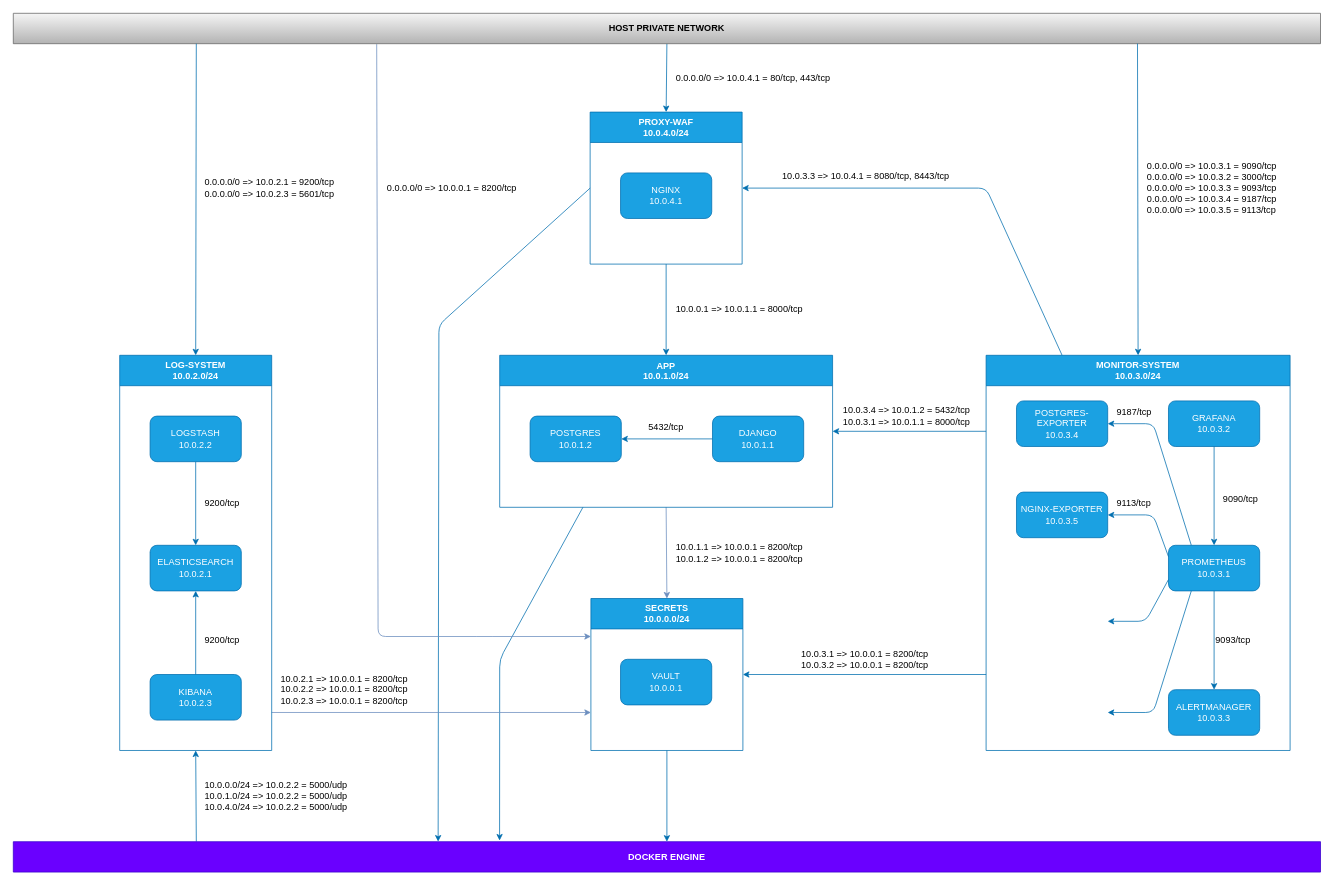
Before: _notebook/topology.drawio in GiovanniAfro/ft_Transcendence, a draw.io diagram. Source tidied: cells renumbered, new cells numbered last; positions are measured from the earlier drawing's top-left corner, leaving out a move shared by most shapes. Both pictures are drawn from the tidied source at 76%, with x=0, y=0 at pixel (13, 13).
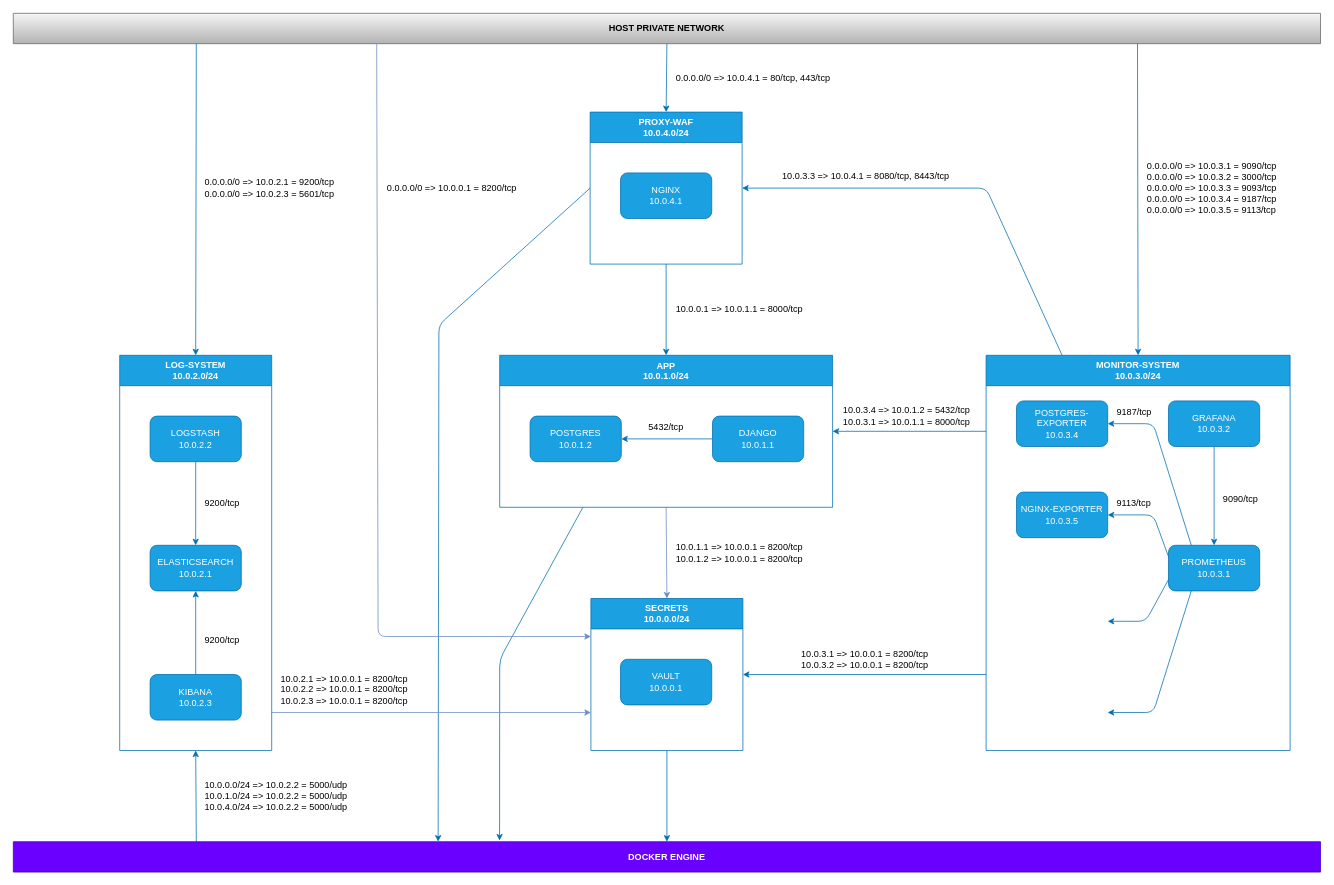
After the change.

The change refers to these unchanged cells:
```xml
<mxCell id="40" value="MONITOR-SYSTEM&lt;br&gt;10.0.3.0/24" style="swimlane;whiteSpace=wrap;html=1;startSize=40;fillColor=#1ba1e2;fontColor=#ffffff;strokeColor=#006EAF;" parent="1" vertex="1">
  <mxGeometry x="1280" y="450" width="400" height="520" as="geometry" />
</mxCell>
<mxCell id="49" value="PROMETHEUS&lt;br style=&quot;border-color: var(--border-color);&quot;&gt;10.0.3.1" style="rounded=1;whiteSpace=wrap;html=1;fillColor=#1ba1e2;fontColor=#ffffff;strokeColor=#006EAF;" parent="40" vertex="1">
  <mxGeometry x="240" y="250" width="120" height="60" as="geometry" />
</mxCell>
```

The edit, as a diff of the source:
```diff
@@
-    <mxCell id="44" style="edgeStyle=none;html=1;exitX=0.5;exitY=1;exitDx=0;exitDy=0;entryX=0.5;entryY=0;entryDx=0;entryDy=0;fillColor=#1ba1e2;strokeColor=#006EAF;" parent="40" edge="1" source="49">
-      <mxGeometry relative="1" as="geometry">
-        <mxPoint x="300" y="440" as="targetPoint" />
-      </mxGeometry>
-    </mxCell>
@@
-    <mxCell id="54" value="ALERTMANAGER&lt;br&gt;10.0.3.3" style="rounded=1;whiteSpace=wrap;html=1;fillColor=#1ba1e2;fontColor=#ffffff;strokeColor=#006EAF;" parent="40" vertex="1">
-      <mxGeometry x="240" y="440" width="120" height="60" as="geometry" />
-    </mxCell>
-    <mxCell id="55" value="9093/tcp" style="text;html=1;align=left;verticalAlign=middle;strokeColor=none;fillColor=none;" parent="40" vertex="1">
-      <mxGeometry x="300" y="360" width="70" height="30" as="geometry" />
-    </mxCell>
```
